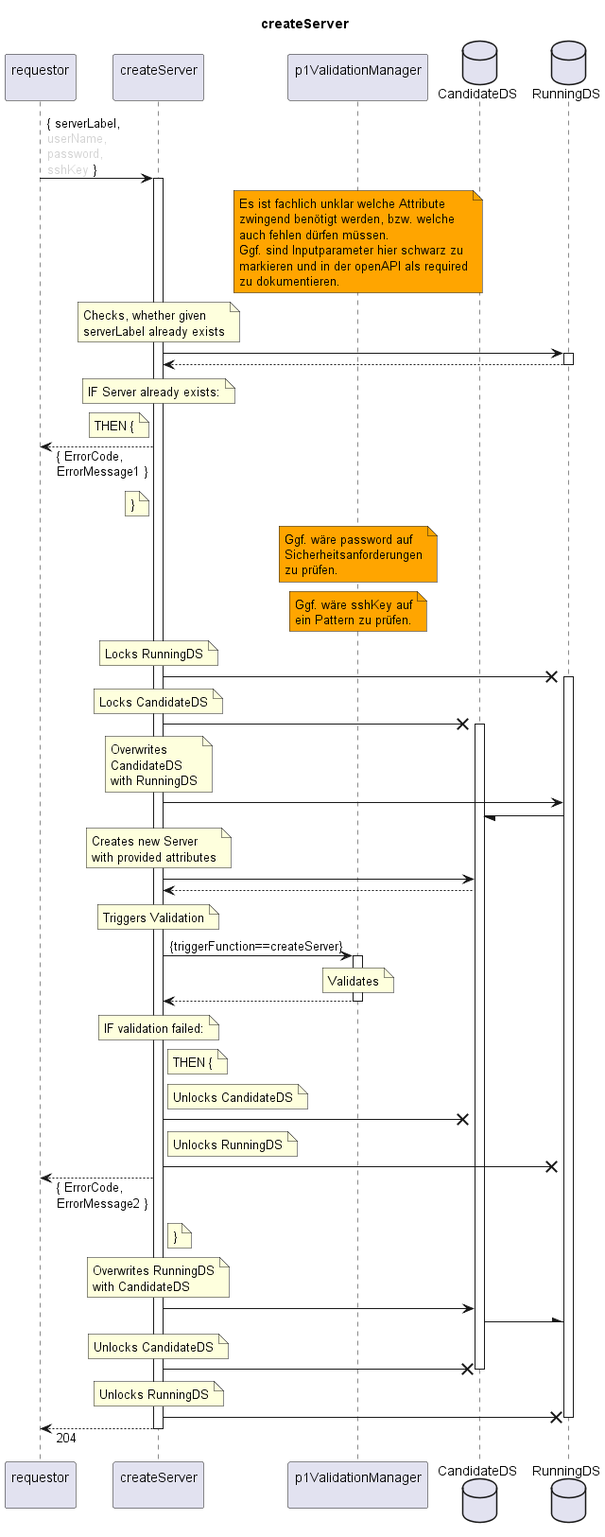
This is spec/Services/createServer/1.0.0/createServer.png from openBackhaul/FirmWareManager, a PlantUML export, as it was before one commit.
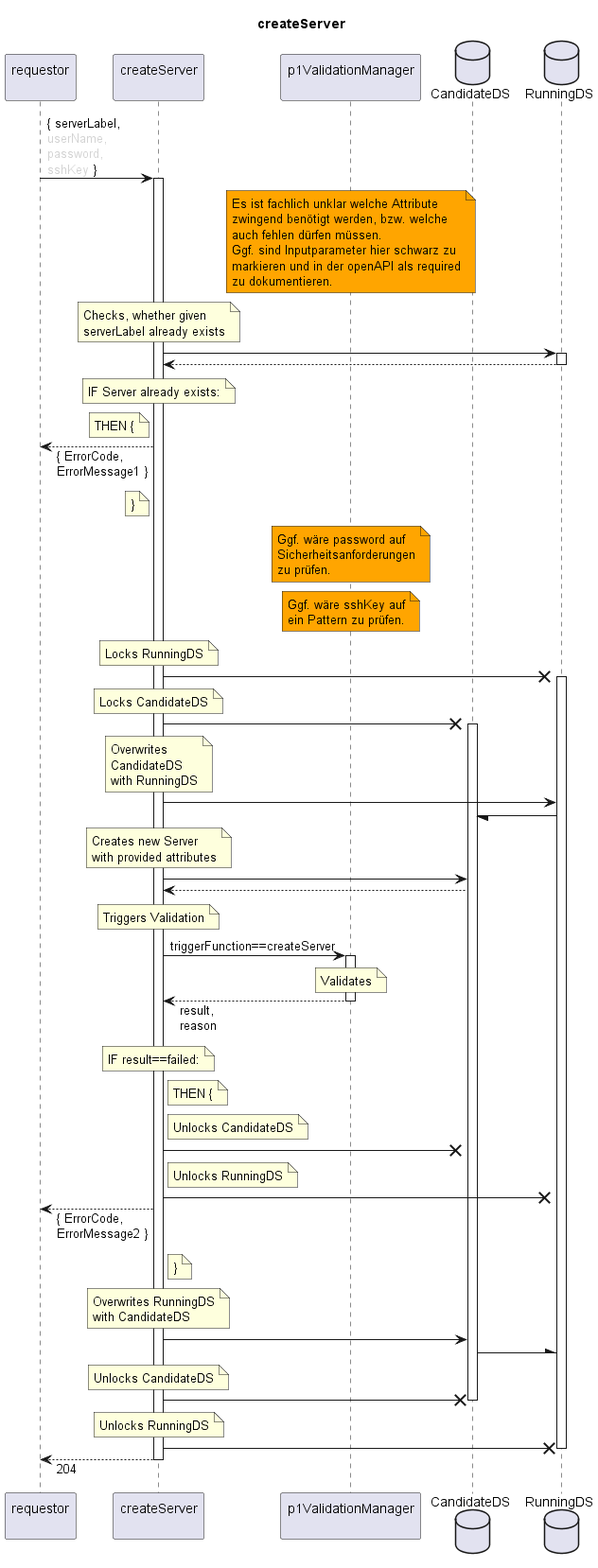
The same file after the commit.

Change to the diagram source:
```diff
@@ -81,15 +81,15 @@
   note over indServ
     Triggers Validation
   end note
-  indServ -> valiMan: {triggerFunction==createServer}
+  indServ -> valiMan: triggerFunction==createServer
   activate valiMan
     note over valiMan
       Validates
     end note
-  indServ <-- valiMan
+  indServ <-- valiMan: result,\nreason
   deactivate valiMan
   note over indServ
-    IF validation failed:
+    IF result==failed:
   end note
   note right indServ
     THEN {
```
